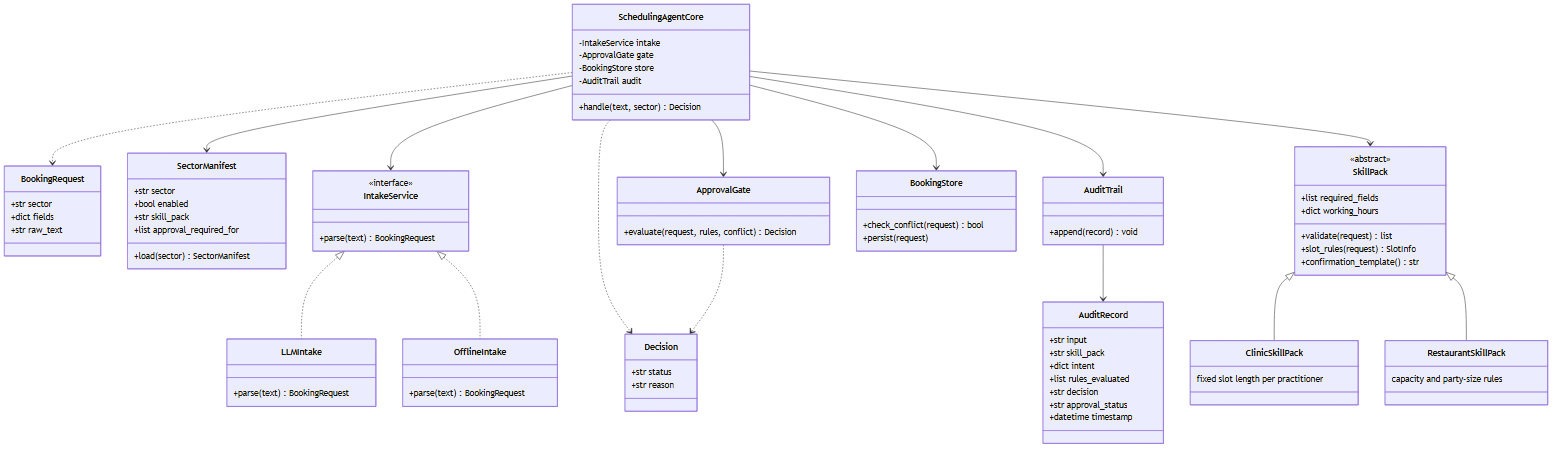
Above: diagrams/class-diagram.png in AhmedOmer013/eais-scheduling-agent (Mermaid), before the change. Its source is kept beside it as diagrams/class-diagram.mmd.
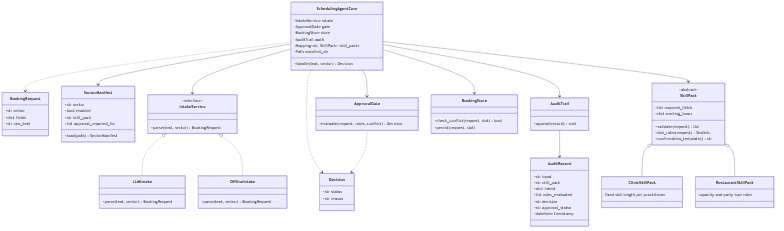
Above is the later version.

Diff of the diagram source:
```diff
@@ -22,7 +22,7 @@
         +bool enabled
         +str skill_pack
         +list approval_required_for
-        +load(sector) SectorManifest
+        +load(path) SectorManifest
     }
     class SkillPack {
         <<abstract>>
@@ -40,20 +40,20 @@
     }
     class IntakeService {
         <<interface>>
-        +parse(text) BookingRequest
+        +parse(text, sector) BookingRequest
     }
     class LLMIntake {
-        +parse(text) BookingRequest
+        +parse(text, sector) BookingRequest
     }
     class OfflineIntake {
-        +parse(text) BookingRequest
+        +parse(text, sector) BookingRequest
     }
     class ApprovalGate {
         +evaluate(request, rules, conflict) Decision
     }
     class BookingStore {
-        +check_conflict(request) bool
-        +persist(request)
+        +check_conflict(request, slot) bool
+        +persist(request, slot)
     }
     class AuditTrail {
         +append(record) void
@@ -63,6 +63,8 @@
         -ApprovalGate gate
         -BookingStore store
         -AuditTrail audit
+        -Mapping~str, SkillPack~ skill_packs
+        -Path manifest_dir
         +handle(text, sector) Decision
     }
 
```
